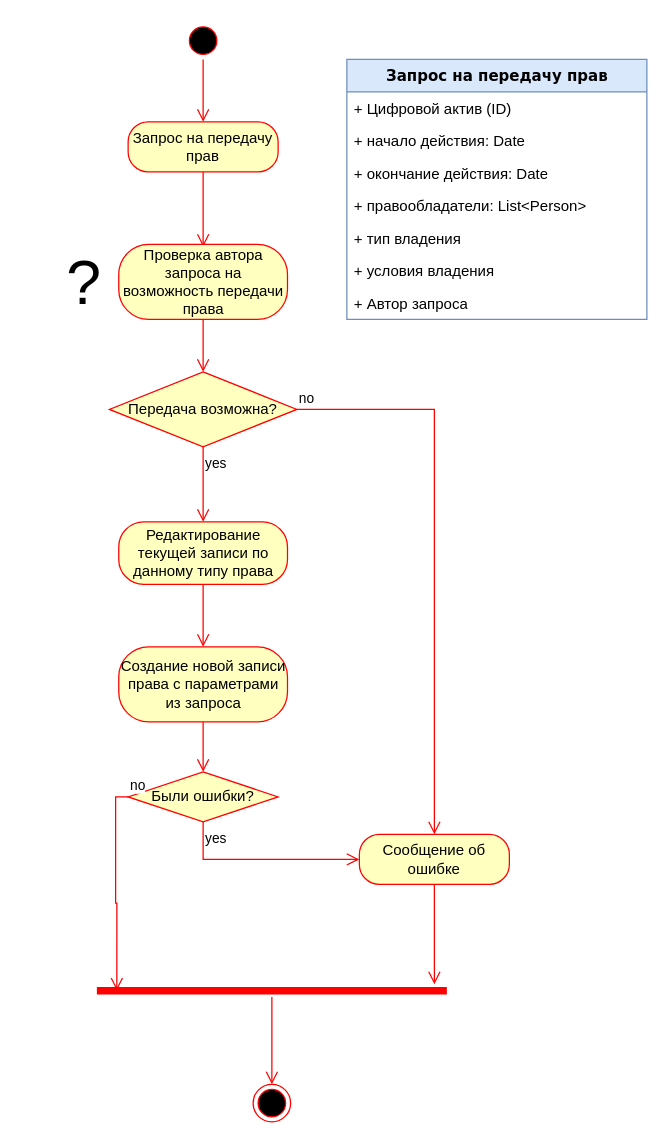
Before: page "передача прав" (4 of 5) of DA-API.drawio in ansamoylenko/da-api, a draw.io diagram. Source tidied: cells renumbered, new cells numbered last; positions are measured from the earlier drawing's top-left corner, leaving out a move shared by most shapes. Both pictures are drawn from the tidied source at 125%, with x=0, y=0 at pixel (21, 21).
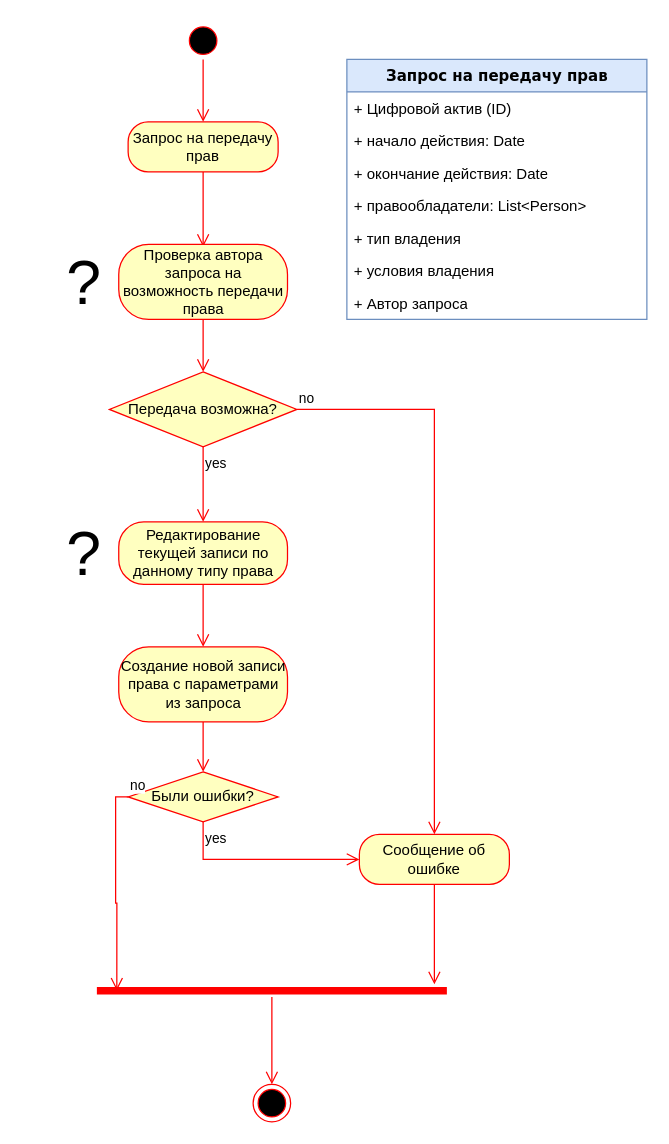
The same page after the edit.

The edit, as a diff of the source:
```diff
@@
+    <mxCell id="32" value="&lt;font style=&quot;font-size: 50px;&quot;&gt;?&lt;/font&gt;" style="text;html=1;strokeColor=none;fillColor=none;align=center;verticalAlign=middle;whiteSpace=wrap;rounded=0;" parent="1" vertex="1">
+      <mxGeometry y="380" width="100" height="90" as="geometry" />
+    </mxCell>
```
